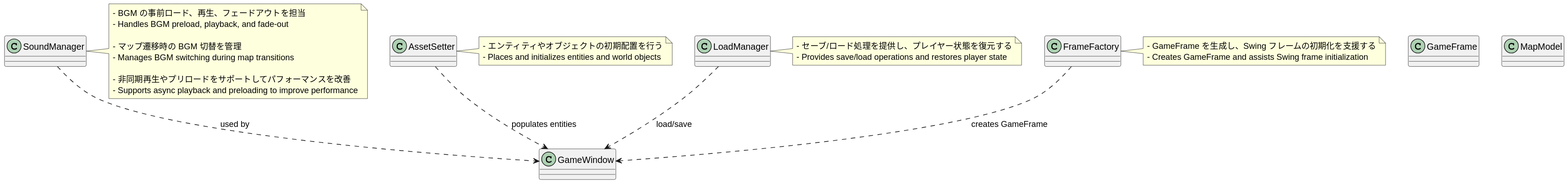
Above: docs/diagrams/window/subsystems.svg in yanagikaito/java_game_2d_action_rpg (PlantUML), before the change.
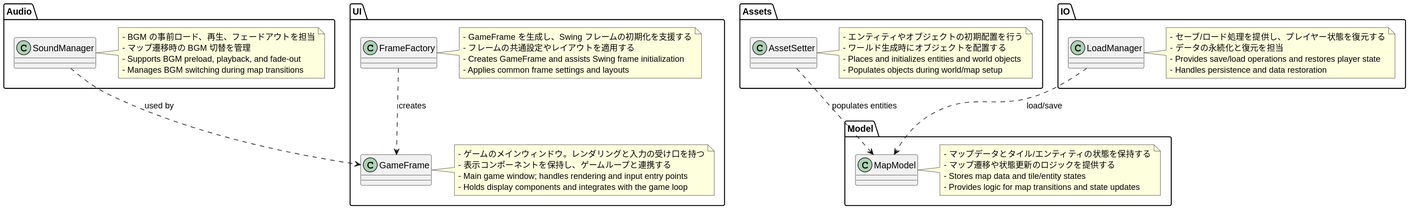
Above is the later version.

Commit message:
docs: add package tile class diagram (Tile.puml)

Change to the diagram source:
```diff
@@ -1,39 +1,67 @@
 @startuml
-class SoundManager
-class AssetSetter
-class LoadManager
-class FrameFactory
-class GameFrame
-class MapModel
+top to bottom direction
 
-SoundManager ..> GameWindow : used by
-AssetSetter ..> GameWindow : populates entities
-LoadManager ..> GameWindow : load/save
-FrameFactory ..> GameWindow : creates GameFrame
+package "Audio" {
+  class SoundManager
+  note right of SoundManager
+    - BGM の事前ロード、再生、フェードアウトを担当
+    - マップ遷移時の BGM 切替を管理
+    - Supports BGM preload, playback, and fade-out
+    - Manages BGM switching during map transitions
+  end note
+}
 
-note right of SoundManager
-  - BGM の事前ロード、再生、フェードアウトを担当
-  - Handles BGM preload, playback, and fade-out
+package "Assets" {
+  class AssetSetter
+  note right of AssetSetter
+    - エンティティやオブジェクトの初期配置を行う
+    - ワールド生成時にオブジェクトを配置する
+    - Places and initializes entities and world objects
+    - Populates objects during world/map setup
+  end note
+}
 
-  - マップ遷移時の BGM 切替を管理
-  - Manages BGM switching during map transitions
+package "IO" {
+  class LoadManager
+  note right of LoadManager
+    - セーブ/ロード処理を提供し、プレイヤー状態を復元する
+    - データの永続化と復元を担当
+    - Provides save/load operations and restores player state
+    - Handles persistence and data restoration
+  end note
+}
 
-  - 非同期再生やプリロードをサポートしてパフォーマンスを改善
-  - Supports async playback and preloading to improve performance
-end note
+package "UI" {
+  class FrameFactory
+  class GameFrame
 
-note right of AssetSetter
-  - エンティティやオブジェクトの初期配置を行う
-  - Places and initializes entities and world objects
-end note
+  note right of FrameFactory
+    - GameFrame を生成し、Swing フレームの初期化を支援する
+    - フレームの共通設定やレイアウトを適用する
+    - Creates GameFrame and assists Swing frame initialization
+    - Applies common frame settings and layouts
+  end note
 
-note right of LoadManager
-  - セーブ/ロード処理を提供し、プレイヤー状態を復元する
-  - Provides save/load operations and restores player state
-end note
+  note right of GameFrame
+    - ゲームのメインウィンドウ。レンダリングと入力の受け口を持つ
+    - 表示コンポーネントを保持し、ゲームループと連携する
+    - Main game window; handles rendering and input entry points
+    - Holds display components and integrates with the game loop
+  end note
+}
 
-note right of FrameFactory
-  - GameFrame を生成し、Swing フレームの初期化を支援する
-  - Creates GameFrame and assists Swing frame initialization
-end note
+package "Model" {
+  class MapModel
+  note right of MapModel
+    - マップデータとタイル/エンティティの状態を保持する
+    - マップ遷移や状態更新のロジックを提供する
+    - Stores map data and tile/entity states
+    - Provides logic for map transitions and state updates
+  end note
+}
+
+SoundManager ..> GameFrame : used by
+AssetSetter ..> MapModel : populates entities
+LoadManager ..> MapModel : load/save
+FrameFactory ..> GameFrame : creates
 @enduml
```
